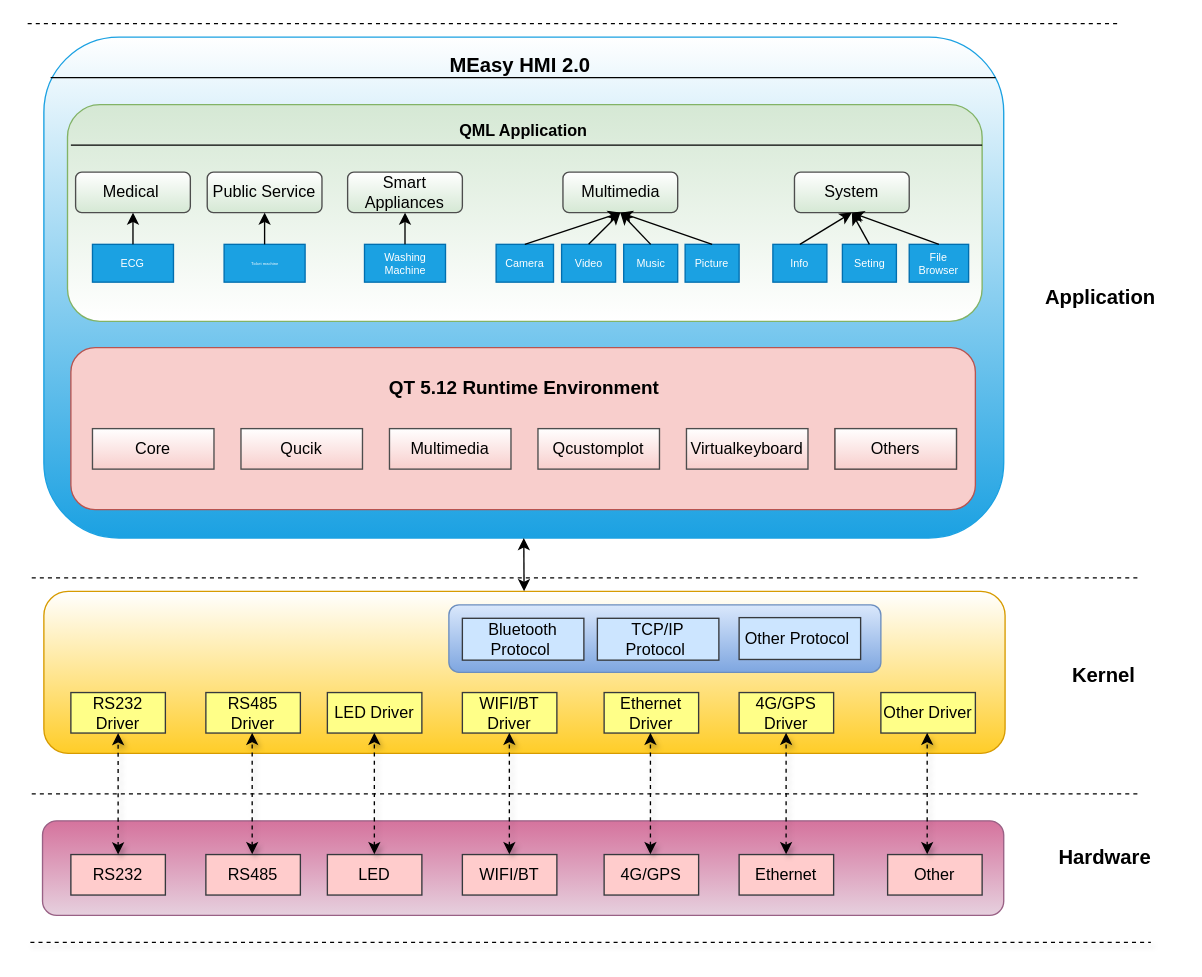
long585/gitlearn keeps this draw.io diagram as hmi2.0.drawio. Above is the earlier version. Source tidied: cells renumbered, new cells numbered last; positions are measured from the earlier drawing's top-left corner, leaving out a move shared by most shapes. Both pictures are drawn from the tidied source at 135%, with x=0, y=0 at pixel (23, 23).
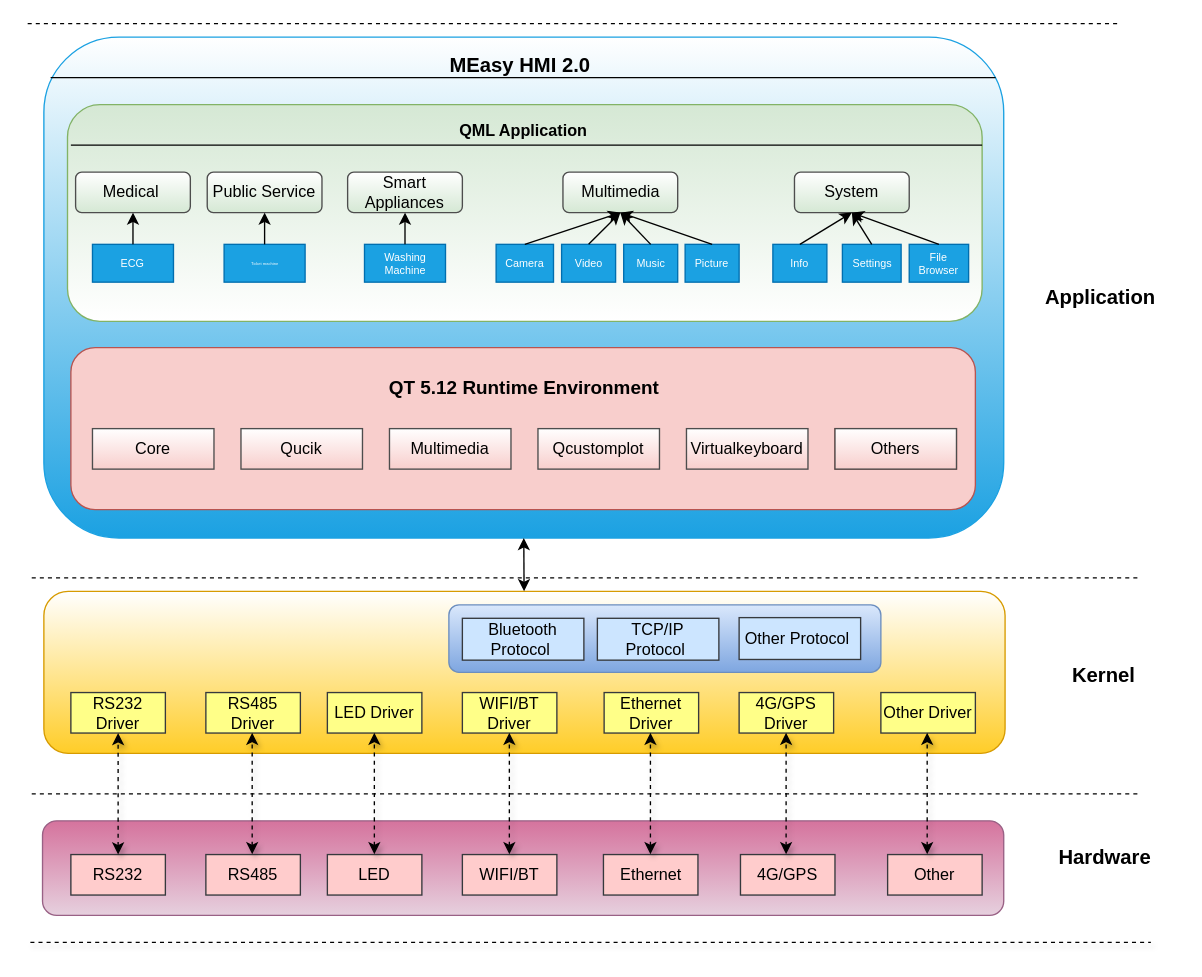
The same page after the edit.

Change to the diagram source:
```diff
@@
     <mxCell id="13" value="4G/GPS" style="rounded=0;whiteSpace=wrap;html=1;fillColor=#ffcccc;strokeColor=#36393d;" parent="1" vertex="1">
-      <mxGeometry x="430" y="615.5" width="70" height="30" as="geometry" />
+      <mxGeometry x="531" y="615.5" width="70" height="30" as="geometry" />
     </mxCell>
     <mxCell id="14" value="Ethernet" style="rounded=0;whiteSpace=wrap;html=1;fillColor=#ffcccc;strokeColor=#36393d;" parent="1" vertex="1">
-      <mxGeometry x="530" y="615.5" width="70" height="30" as="geometry" />
+      <mxGeometry x="429.5" y="615.5" width="70" height="30" as="geometry" />
     </mxCell>
@@
-    <mxCell id="65" value="Seting" style="rounded=0;whiteSpace=wrap;html=1;strokeColor=#006EAF;fillColor=#1ba1e2;fontColor=#ffffff;fontSize=8;" parent="1" vertex="1">
-      <mxGeometry x="606.5" y="163.5" width="40" height="28" as="geometry" />
+    <mxCell id="65" value="Settings" style="rounded=0;whiteSpace=wrap;html=1;strokeColor=#006EAF;fillColor=#1ba1e2;fontColor=#ffffff;fontSize=8;" parent="1" vertex="1">
+      <mxGeometry x="606.5" y="163.5" width="43.5" height="28" as="geometry" />
     </mxCell>
```
